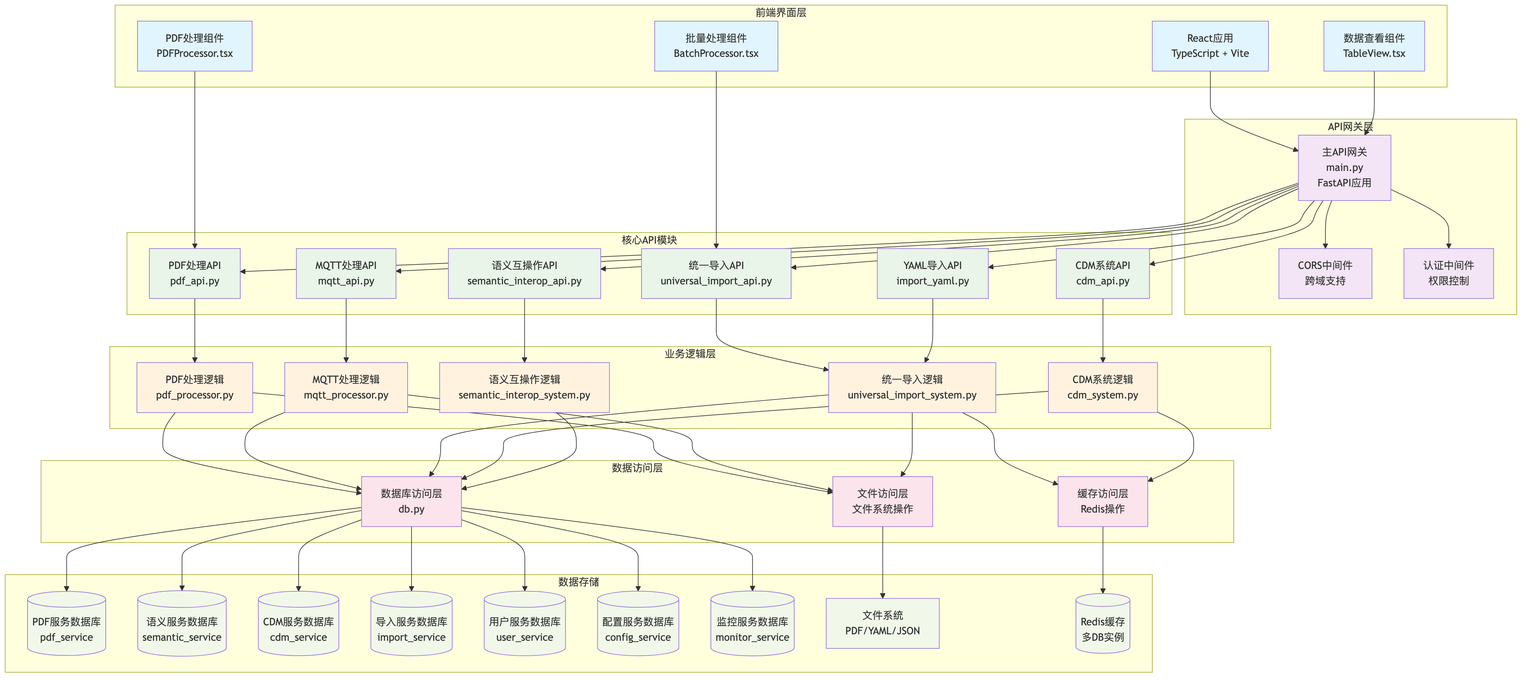
Above: mmd/api_structure.png in mistvapour/6016b (Mermaid), before the change. Its source is kept beside it as mmd/api_structure.mmd.
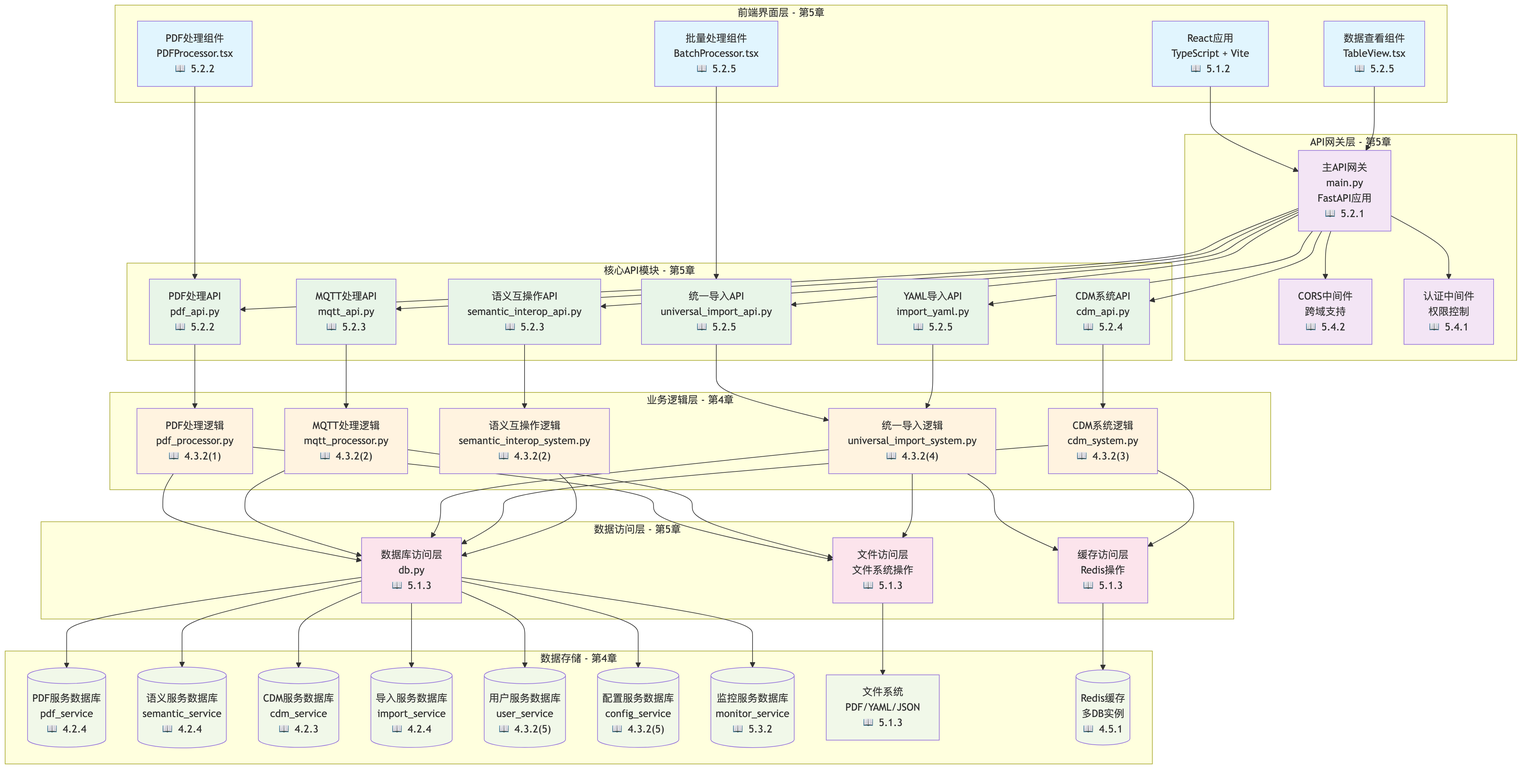
Later version of the same file.

Change to the diagram source:
```diff
@@ -1,51 +1,51 @@
 graph TB
 
-    subgraph "前端界面层"
-        REACT_APP[React应用<br/>TypeScript + Vite]
-        PDF_COMP[PDF处理组件<br/>PDFProcessor.tsx]
-        BATCH_COMP[批量处理组件<br/>BatchProcessor.tsx]
-        VIEW_COMP[数据查看组件<br/>TableView.tsx]
+    subgraph "前端界面层 - 第5章"
+        REACT_APP["React应用<br/>TypeScript + Vite<br/>📖 5.1.2"]
+        PDF_COMP["PDF处理组件<br/>PDFProcessor.tsx<br/>📖 5.2.2"]
+        BATCH_COMP["批量处理组件<br/>BatchProcessor.tsx<br/>📖 5.2.5"]
+        VIEW_COMP["数据查看组件<br/>TableView.tsx<br/>📖 5.2.5"]
     end
 
-    subgraph "API网关层"
-        MAIN_GATEWAY[主API网关<br/>main.py<br/>FastAPI应用]
-        CORS[CORS中间件<br/>跨域支持]
-        AUTH[认证中间件<br/>权限控制]
+    subgraph "API网关层 - 第5章"
+        MAIN_GATEWAY["主API网关<br/>main.py<br/>FastAPI应用<br/>📖 5.2.1"]
+        CORS["CORS中间件<br/>跨域支持<br/>📖 5.4.2"]
+        AUTH["认证中间件<br/>权限控制<br/>📖 5.4.1"]
     end
 
-    subgraph "核心API模块"
-        PDF_API_MOD[PDF处理API<br/>pdf_api.py]
-        MQTT_API_MOD[MQTT处理API<br/>mqtt_api.py]
-        UNIVERSAL_API_MOD[统一导入API<br/>universal_import_api.py]
-        YAML_API_MOD[YAML导入API<br/>import_yaml.py]
-        CDM_API_MOD[CDM系统API<br/>cdm_api.py]
-        SEMANTIC_API_MOD[语义互操作API<br/>semantic_interop_api.py]
+    subgraph "核心API模块 - 第5章"
+        PDF_API_MOD["PDF处理API<br/>pdf_api.py<br/>📖 5.2.2"]
+        MQTT_API_MOD["MQTT处理API<br/>mqtt_api.py<br/>📖 5.2.3"]
+        UNIVERSAL_API_MOD["统一导入API<br/>universal_import_api.py<br/>📖 5.2.5"]
+        YAML_API_MOD["YAML导入API<br/>import_yaml.py<br/>📖 5.2.5"]
+        CDM_API_MOD["CDM系统API<br/>cdm_api.py<br/>📖 5.2.4"]
+        SEMANTIC_API_MOD["语义互操作API<br/>semantic_interop_api.py<br/>📖 5.2.3"]
     end
 
-    subgraph "业务逻辑层"
-        PDF_LOGIC[PDF处理逻辑<br/>pdf_processor.py]
-        MQTT_LOGIC[MQTT处理逻辑<br/>mqtt_processor.py]
-        UNIVERSAL_LOGIC[统一导入逻辑<br/>universal_import_system.py]
-        CDM_LOGIC[CDM系统逻辑<br/>cdm_system.py]
-        SEMANTIC_LOGIC[语义互操作逻辑<br/>semantic_interop_system.py]
+    subgraph "业务逻辑层 - 第4章"
+        PDF_LOGIC["PDF处理逻辑<br/>pdf_processor.py<br/>📖 4.3.2(1)"]
+        MQTT_LOGIC["MQTT处理逻辑<br/>mqtt_processor.py<br/>📖 4.3.2(2)"]
+        UNIVERSAL_LOGIC["统一导入逻辑<br/>universal_import_system.py<br/>📖 4.3.2(4)"]
+        CDM_LOGIC["CDM系统逻辑<br/>cdm_system.py<br/>📖 4.3.2(3)"]
+        SEMANTIC_LOGIC["语义互操作逻辑<br/>semantic_interop_system.py<br/>📖 4.3.2(2)"]
     end
 
-    subgraph "数据访问层"
-        DB_LAYER[数据库访问层<br/>db.py]
-        FILE_LAYER[文件访问层<br/>文件系统操作]
-        CACHE_LAYER[缓存访问层<br/>Redis操作]
+    subgraph "数据访问层 - 第5章"
+        DB_LAYER["数据库访问层<br/>db.py<br/>📖 5.1.3"]
+        FILE_LAYER["文件访问层<br/>文件系统操作<br/>📖 5.1.3"]
+        CACHE_LAYER["缓存访问层<br/>Redis操作<br/>📖 5.1.3"]
     end
 
-    subgraph "数据存储"
-        PDF_DB[(PDF服务数据库<br/>pdf_service)]
-        SEMANTIC_DB[(语义服务数据库<br/>semantic_service)]
-        CDM_DB[(CDM服务数据库<br/>cdm_service)]
-        IMPORT_DB[(导入服务数据库<br/>import_service)]
-        USER_DB[(用户服务数据库<br/>user_service)]
-        CONFIG_DB[(配置服务数据库<br/>config_service)]
-        MONITOR_DB[(监控服务数据库<br/>monitor_service)]
-        FILES[文件系统<br/>PDF/YAML/JSON]
-        REDIS[(Redis缓存<br/>多DB实例)]
+    subgraph "数据存储 - 第4章"
+        PDF_DB[("PDF服务数据库<br/>pdf_service<br/>📖 4.2.4")]
+        SEMANTIC_DB[("语义服务数据库<br/>semantic_service<br/>📖 4.2.4")]
+        CDM_DB[("CDM服务数据库<br/>cdm_service<br/>📖 4.2.3")]
+        IMPORT_DB[("导入服务数据库<br/>import_service<br/>📖 4.2.4")]
+        USER_DB[("用户服务数据库<br/>user_service<br/>📖 4.3.2(5)")]
+        CONFIG_DB[("配置服务数据库<br/>config_service<br/>📖 4.3.2(5)")]
+        MONITOR_DB[("监控服务数据库<br/>monitor_service<br/>📖 5.3.2")]
+        FILES["文件系统<br/>PDF/YAML/JSON<br/>📖 5.1.3"]
+        REDIS[("Redis缓存<br/>多DB实例<br/>📖 4.5.1")]
     end
 
     REACT_APP --> MAIN_GATEWAY
```
